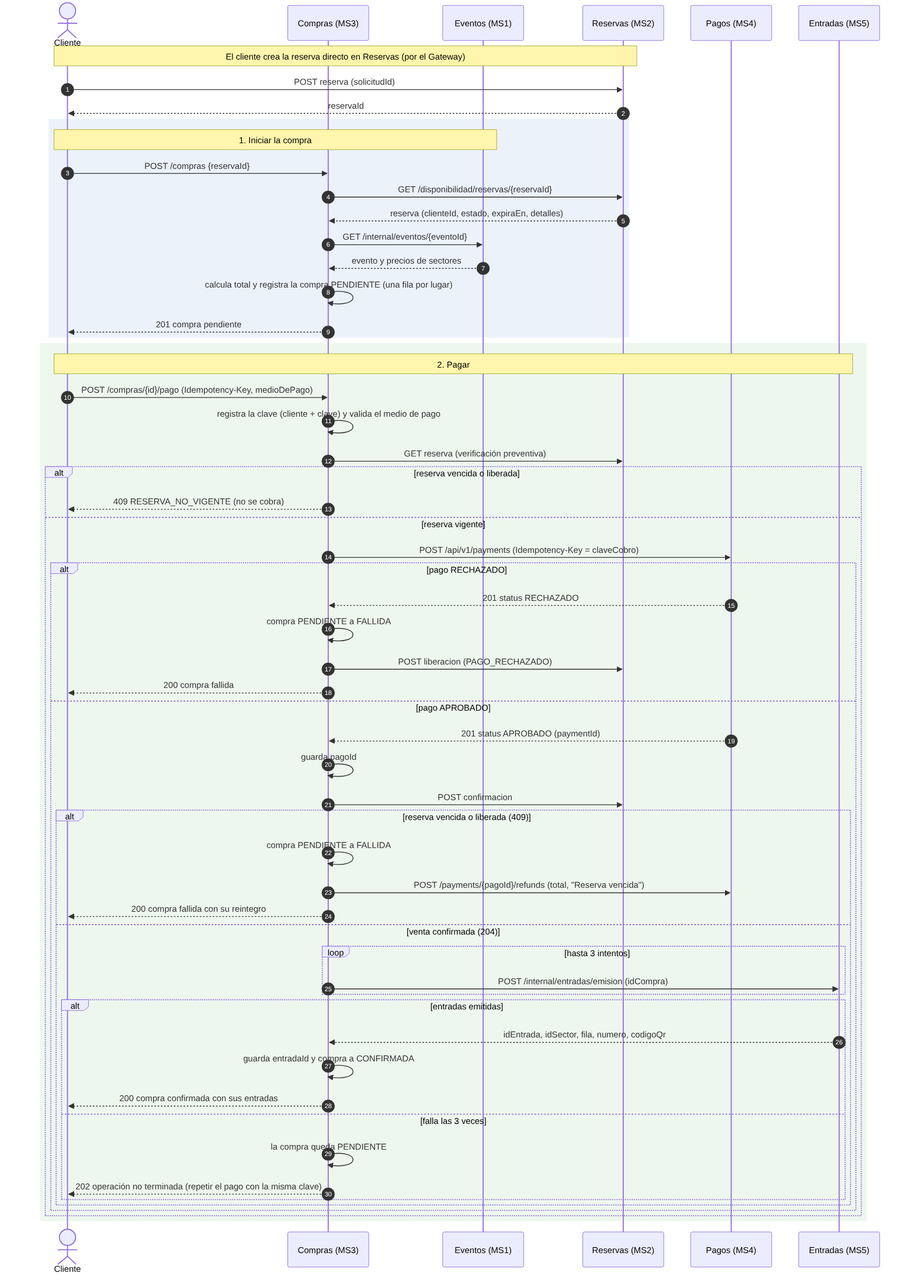
Earlier version of the Mermaid export docs/diagramas-ms3/secuencia-compra.png (mailenramos/Trabajo-Practico-Especial). Its source is kept beside it as docs/diagramas-ms3/secuencia-compra.mmd. Source of this version:
```mermaid
sequenceDiagram
    autonumber
    actor C as Cliente
    participant MS3 as Compras (MS3)
    participant MS1 as Eventos (MS1)
    participant MS2 as Reservas (MS2)
    participant MS4 as Pagos (MS4)
    participant MS5 as Entradas (MS5)

    Note over C,MS2: El cliente crea la reserva directo en Reservas (por el Gateway)
    C->>MS2: POST reserva (solicitudId)
    MS2-->>C: reservaId

    rect rgb(235, 242, 250)
    Note over C,MS1: 1. Iniciar la compra
    C->>MS3: POST /compras {reservaId}
    MS3->>MS2: GET /disponibilidad/reservas/{reservaId}
    MS2-->>MS3: reserva (clienteId, estado, expiraEn, detalles)
    MS3->>MS1: GET /internal/eventos/{eventoId}
    MS1-->>MS3: evento y precios de sectores
    MS3->>MS3: calcula total y registra la compra PENDIENTE (una fila por lugar)
    MS3-->>C: 201 compra pendiente
    end

    rect rgb(238, 247, 238)
    Note over C,MS5: 2. Pagar
    C->>MS3: POST /compras/{id}/pago (Idempotency-Key, medioDePago)
    MS3->>MS3: registra la clave (cliente + clave) y valida el medio de pago
    MS3->>MS2: GET reserva (verificación preventiva)
    alt reserva vencida o liberada
        MS3-->>C: 409 RESERVA_NO_VIGENTE (no se cobra)
    else reserva vigente
        MS3->>MS4: POST /internal/pagos (Idempotency-Key = claveCobro)
        alt pago RECHAZADO
            MS4-->>MS3: 201 status RECHAZADO
            MS3->>MS3: compra PENDIENTE a FALLIDA
            MS3->>MS2: POST liberacion (PAGO_RECHAZADO)
            MS3-->>C: 200 compra fallida
        else pago APROBADO
            MS4-->>MS3: 201 status APROBADO (paymentId)
            MS3->>MS3: guarda pagoId
            MS3->>MS2: POST confirmacion
            alt reserva vencida o liberada (409)
                MS3->>MS3: compra PENDIENTE a FALLIDA
                MS3->>MS4: POST /internal/pagos/{pagoId}/reintegros (total, "Reserva vencida")
                MS3-->>C: 200 compra fallida con su reintegro
            else venta confirmada (204)
                loop hasta 3 intentos
                    MS3->>MS5: POST /internal/entradas/emision (idCompra)
                end
                alt entradas emitidas
                    MS5-->>MS3: idEntrada, idSector, fila, numero, codigoQr
                    MS3->>MS3: guarda entradaId y compra a CONFIRMADA
                    MS3-->>C: 200 compra confirmada con sus entradas
                else falla las 3 veces
                    MS3->>MS3: la compra queda PENDIENTE
                    MS3-->>C: 202 operación no terminada (repetir el pago con la misma clave)
                end
            end
        end
    end
    end
```
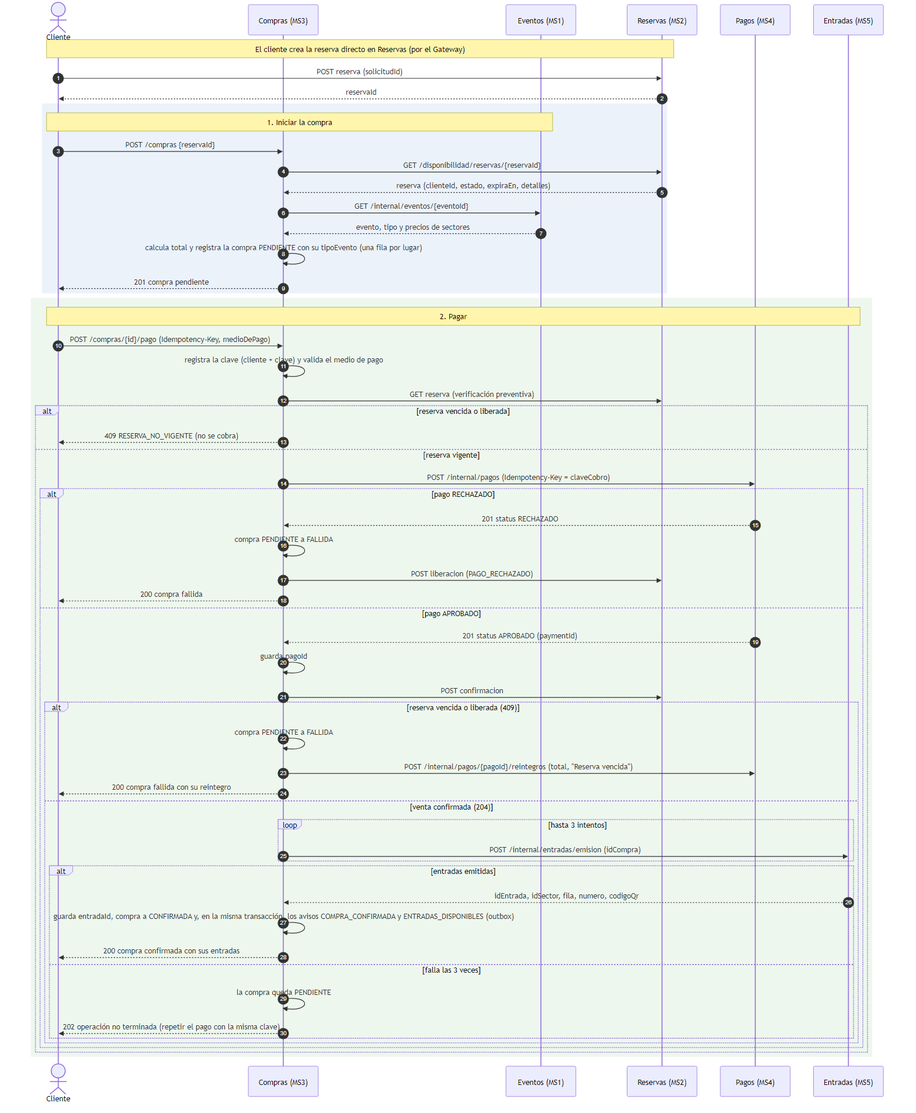
Later version of the same file.

What changed in the source:
```diff
@@ -17,8 +17,8 @@
     MS3->>MS2: GET /disponibilidad/reservas/{reservaId}
     MS2-->>MS3: reserva (clienteId, estado, expiraEn, detalles)
     MS3->>MS1: GET /internal/eventos/{eventoId}
-    MS1-->>MS3: evento y precios de sectores
-    MS3->>MS3: calcula total y registra la compra PENDIENTE (una fila por lugar)
+    MS1-->>MS3: evento, tipo y precios de sectores
+    MS3->>MS3: calcula total y registra la compra PENDIENTE con su tipoEvento (una fila por lugar)
     MS3-->>C: 201 compra pendiente
     end
 
@@ -50,7 +50,7 @@
                 end
                 alt entradas emitidas
                     MS5-->>MS3: idEntrada, idSector, fila, numero, codigoQr
-                    MS3->>MS3: guarda entradaId y compra a CONFIRMADA
+                    MS3->>MS3: guarda entradaId, compra a CONFIRMADA y, en la misma transacción, los avisos COMPRA_CONFIRMADA y ENTRADAS_DISPONIBLES (outbox)
                     MS3-->>C: 200 compra confirmada con sus entradas
                 else falla las 3 veces
                     MS3->>MS3: la compra queda PENDIENTE
```
